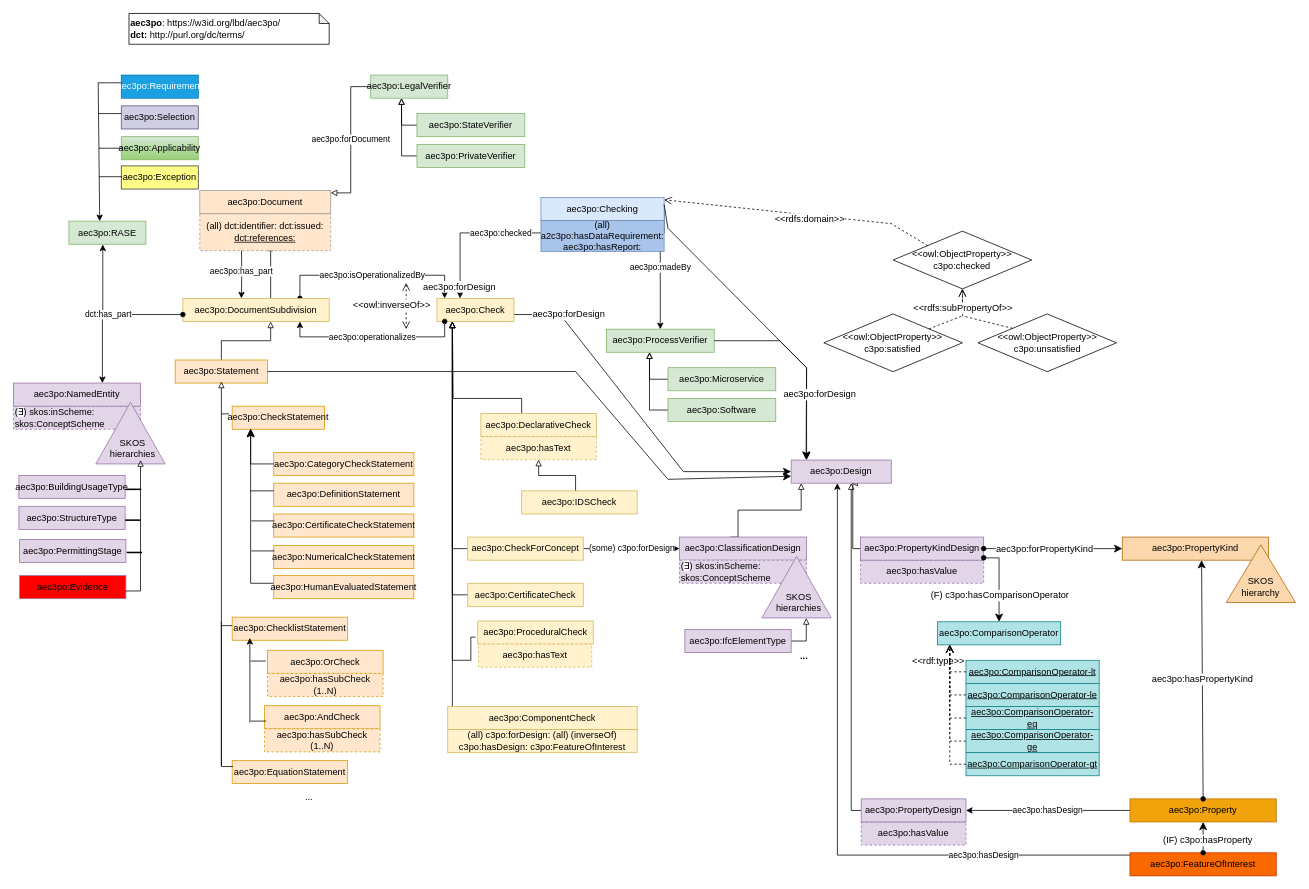
This is page "aec3po" (1 of 9) of aec3po.drawio from Accord-Project/aec3po, a draw.io file, before an edit. Source tidied: cells renumbered, new cells numbered last; positions are measured from the earlier drawing's top-left corner, leaving out a move shared by most shapes. Both pictures are drawn from the tidied source at 77%, with x=0, y=0 at pixel (13, 13).
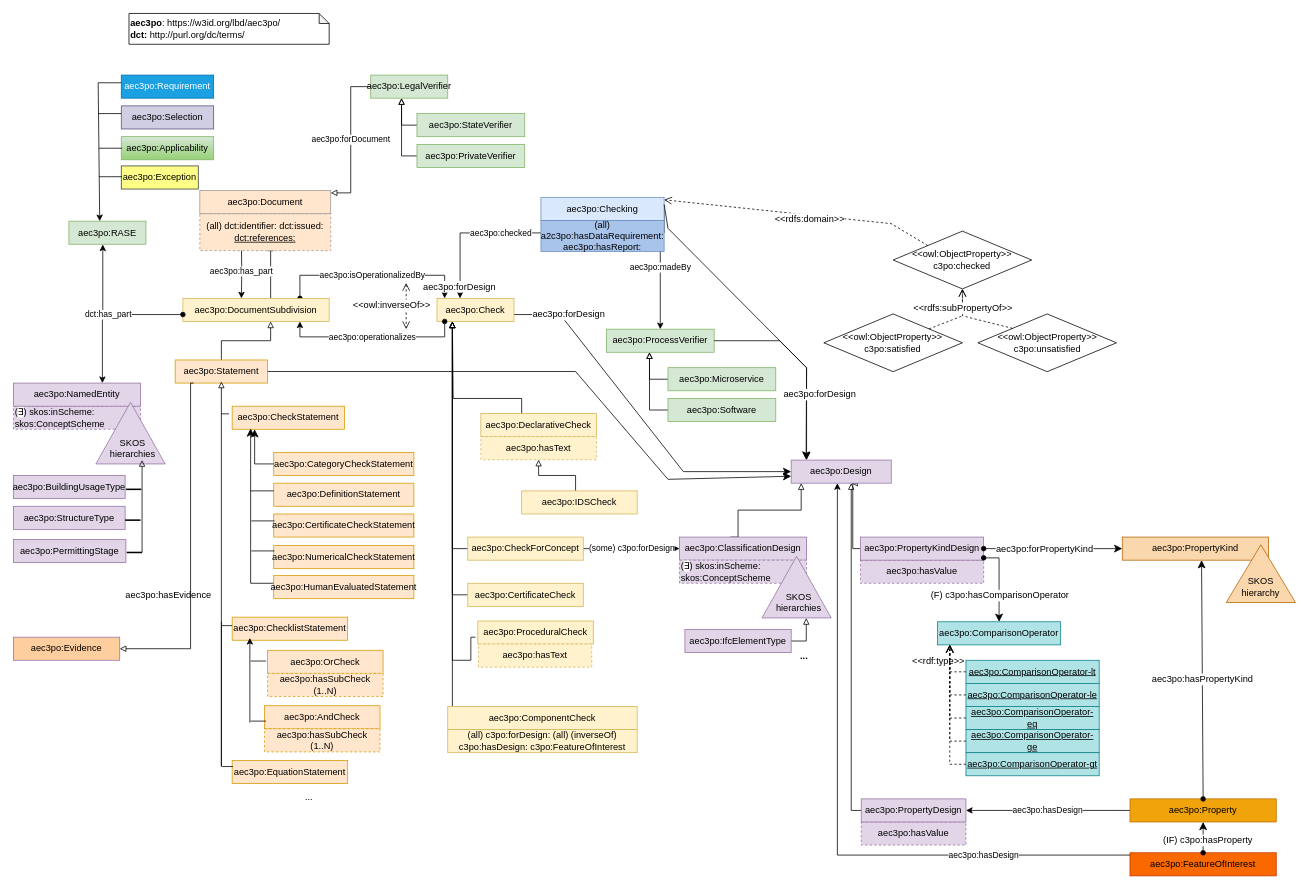
The same diagram, later.

Unchanged cells that the change refers to:
```xml
<mxCell id="13" value="aec3po:Statement" style="rounded=0;whiteSpace=wrap;html=1;snapToPoint=1;points=[[0.1,0],[0.2,0],[0.3,0],[0.4,0],[0.5,0],[0.6,0],[0.7,0],[0.8,0],[0.9,0],[0,0.1],[0,0.3],[0,0.5],[0,0.7],[0,0.9],[0.1,1],[0.2,1],[0.3,1],[0.4,1],[0.5,1],[0.6,1],[0.7,1],[0.8,1],[0.9,1],[1,0.1],[1,0.3],[1,0.5],[1,0.7],[1,0.9]];fillColor=#ffe6cc;strokeColor=#d79b00;" parent="1" vertex="1">
  <mxGeometry x="210" y="450" width="120" height="30" as="geometry" />
</mxCell>
<mxCell id="135" style="line;strokeWidth=2;html=1;" parent="1" vertex="1">
  <mxGeometry x="147" y="695" width="20" height="10" as="geometry" />
</mxCell>
```

Change to the diagram source:
```diff
@@
     <mxCell id="94" value="aec3po:CheckStatement" style="rounded=0;whiteSpace=wrap;html=1;snapToPoint=1;points=[[0.1,0],[0.2,0],[0.3,0],[0.4,0],[0.5,0],[0.6,0],[0.7,0],[0.8,0],[0.9,0],[0,0.1],[0,0.3],[0,0.5],[0,0.7],[0,0.9],[0.1,1],[0.2,1],[0.3,1],[0.4,1],[0.5,1],[0.6,1],[0.7,1],[0.8,1],[0.9,1],[1,0.1],[1,0.3],[1,0.5],[1,0.7],[1,0.9]];fillColor=#ffe6cc;strokeColor=#d79b00;" parent="1" vertex="1">
-      <mxGeometry x="284" y="510" width="120" height="30" as="geometry" />
+      <mxGeometry x="284" y="510" width="146" height="30" as="geometry" />
     </mxCell>
@@
     <mxCell id="107" value="aec3po:BuildingUsageType" style="rounded=0;whiteSpace=wrap;html=1;fillColor=#e1d5e7;strokeColor=#9673a6;" parent="1" vertex="1">
-      <mxGeometry x="7" y="600" width="138" height="30" as="geometry" />
+      <mxGeometry y="600" width="145" height="30" as="geometry" />
     </mxCell>
     <mxCell id="108" value="aec3po:StructureType" style="rounded=0;whiteSpace=wrap;html=1;fillColor=#e1d5e7;strokeColor=#9673a6;" parent="1" vertex="1">
-      <mxGeometry x="7" y="640" width="138" height="30" as="geometry" />
+      <mxGeometry y="640" width="145" height="30" as="geometry" />
     </mxCell>
@@
     <mxCell id="121" value="aec3po:Requirement" style="rounded=0;whiteSpace=wrap;html=1;fillColor=#1ba1e2;strokeColor=#006EAF;fontColor=#ffffff;" parent="1" vertex="1">
-      <mxGeometry x="140" y="80" width="100" height="30" as="geometry" />
+      <mxGeometry x="140" y="80" width="120" height="30" as="geometry" />
     </mxCell>
     <mxCell id="122" value="aec3po:Selection" style="rounded=0;whiteSpace=wrap;html=1;fillColor=#d0cee2;strokeColor=#56517e;" parent="1" vertex="1">
-      <mxGeometry x="140" y="120" width="100" height="30" as="geometry" />
+      <mxGeometry x="140" y="120" width="120" height="30" as="geometry" />
     </mxCell>
     <mxCell id="123" value="aec3po:Applicability" style="rounded=0;whiteSpace=wrap;html=1;fillColor=#d5e8d4;strokeColor=#82b366;gradientColor=#97d077;" parent="1" vertex="1">
-      <mxGeometry x="140" y="160" width="100" height="30" as="geometry" />
+      <mxGeometry x="140" y="160" width="120" height="30" as="geometry" />
     </mxCell>
@@
     <mxCell id="131" value="aec3po:PermittingStage" style="rounded=0;whiteSpace=wrap;html=1;fillColor=#e1d5e7;strokeColor=#9673a6;" parent="1" vertex="1">
-      <mxGeometry x="8" y="683" width="138" height="30" as="geometry" />
+      <mxGeometry y="683" width="146" height="30" as="geometry" />
     </mxCell>
-    <mxCell id="132" value="aec3po:Evidence" style="rounded=0;whiteSpace=wrap;html=1;snapToPoint=1;points=[[0.1,0],[0.2,0],[0.3,0],[0.4,0],[0.5,0],[0.6,0],[0.7,0],[0.8,0],[0.9,0],[0,0.1],[0,0.3],[0,0.5],[0,0.7],[0,0.9],[0.1,1],[0.2,1],[0.3,1],[0.4,1],[0.5,1],[0.6,1],[0.7,1],[0.8,1],[0.9,1],[1,0.1],[1,0.3],[1,0.5],[1,0.7],[1,0.9]];fillColor=#FF0000;strokeColor=#9673a6;" parent="1" vertex="1">
-      <mxGeometry x="8" y="730" width="138" height="30" as="geometry" />
+    <mxCell id="132" value="aec3po:Evidence" style="rounded=0;whiteSpace=wrap;html=1;snapToPoint=1;points=[[0.1,0],[0.2,0],[0.3,0],[0.4,0],[0.5,0],[0.6,0],[0.7,0],[0.8,0],[0.9,0],[0,0.1],[0,0.3],[0,0.5],[0,0.7],[0,0.9],[0.1,1],[0.2,1],[0.3,1],[0.4,1],[0.5,1],[0.6,1],[0.7,1],[0.8,1],[0.9,1],[1,0.1],[1,0.3],[1,0.5],[1,0.7],[1,0.9]];fillColor=#FFCE9F;strokeColor=#9673a6;" parent="1" vertex="1">
+      <mxGeometry y="810" width="138" height="30" as="geometry" />
     </mxCell>
-    <mxCell id="133" style="edgeStyle=orthogonalEdgeStyle;rounded=0;orthogonalLoop=1;jettySize=auto;html=1;exitX=1;exitY=0.5;exitDx=0;exitDy=0;startArrow=none;startFill=0;endArrow=block;endFill=0;" parent="1" edge="1">
+    <mxCell id="133" style="edgeStyle=orthogonalEdgeStyle;rounded=0;jettySize=auto;html=1;exitX=1;exitY=0.5;exitDx=0;exitDy=0;startArrow=none;startFill=0;endArrow=block;endFill=0;exitPerimeter=0;" parent="1" edge="1" source="135">
       <mxGeometry relative="1" as="geometry">
-        <mxPoint x="145" y="750" as="sourcePoint" />
-        <mxPoint x="165" y="580" as="targetPoint" />
+        <mxPoint x="167" y="580" as="targetPoint" />
         <Array as="points">
-          <mxPoint x="165" y="750" />
+          <mxPoint x="167" y="670" />
+          <mxPoint x="167" y="670" />
         </Array>
       </mxGeometry>
     </mxCell>
@@
+    <mxCell id="151" value="&lt;div&gt;aec3po:hasEvidence&lt;br&gt;&lt;/div&gt;" style="text;html=1;align=center;verticalAlign=middle;labelBackgroundColor=#ffffff;" parent="1" vertex="1">
+      <mxGeometry x="200" y="755" as="geometry" />
+    </mxCell>
+    <mxCell id="152" style="edgeStyle=orthogonalEdgeStyle;rounded=0;jettySize=auto;html=1;startArrow=none;startFill=0;endArrow=block;endFill=0;entryX=1;entryY=0.5;entryDx=0;entryDy=0;exitX=0.2;exitY=1;exitDx=0;exitDy=0;" parent="1" edge="1" source="13" target="132">
+      <mxGeometry relative="1" as="geometry">
+        <Array as="points">
+          <mxPoint x="230" y="480" />
+          <mxPoint x="230" y="825" />
+        </Array>
+      </mxGeometry>
+    </mxCell>
```
